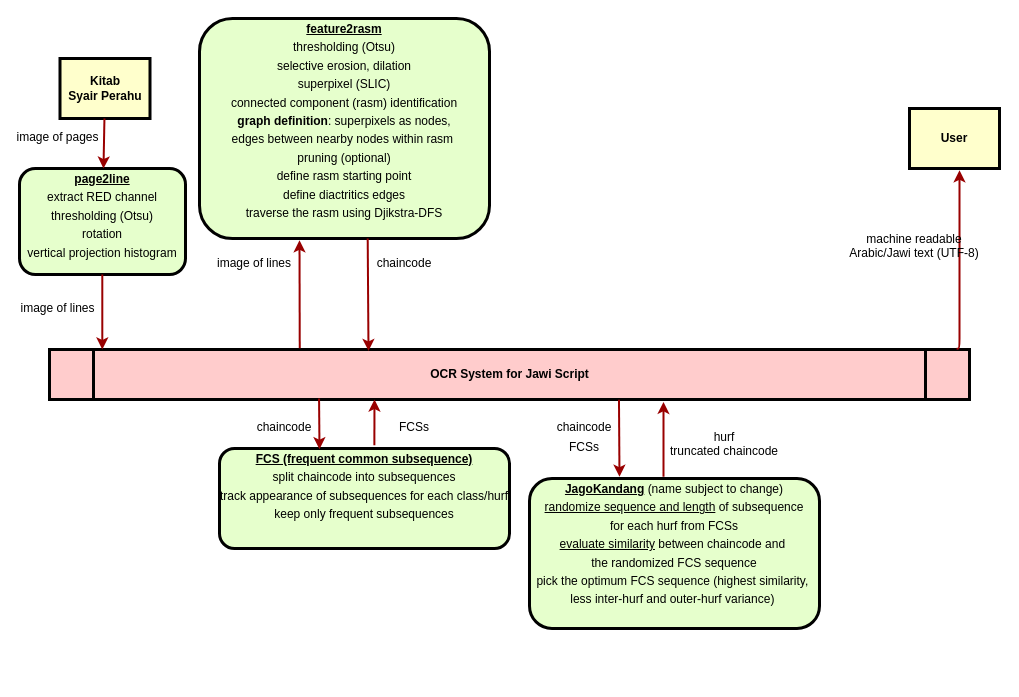
Before: page "MC-FCS" (1 of 2) of dfd.drawio in jendralhxr/cursive-scribe, a draw.io diagram. Source tidied: cells renumbered, new cells numbered last; positions are measured from the earlier drawing's top-left corner, leaving out a move shared by most shapes. Both pictures are drawn from the tidied source at 100%, with x=0, y=0 at pixel (19, 18).
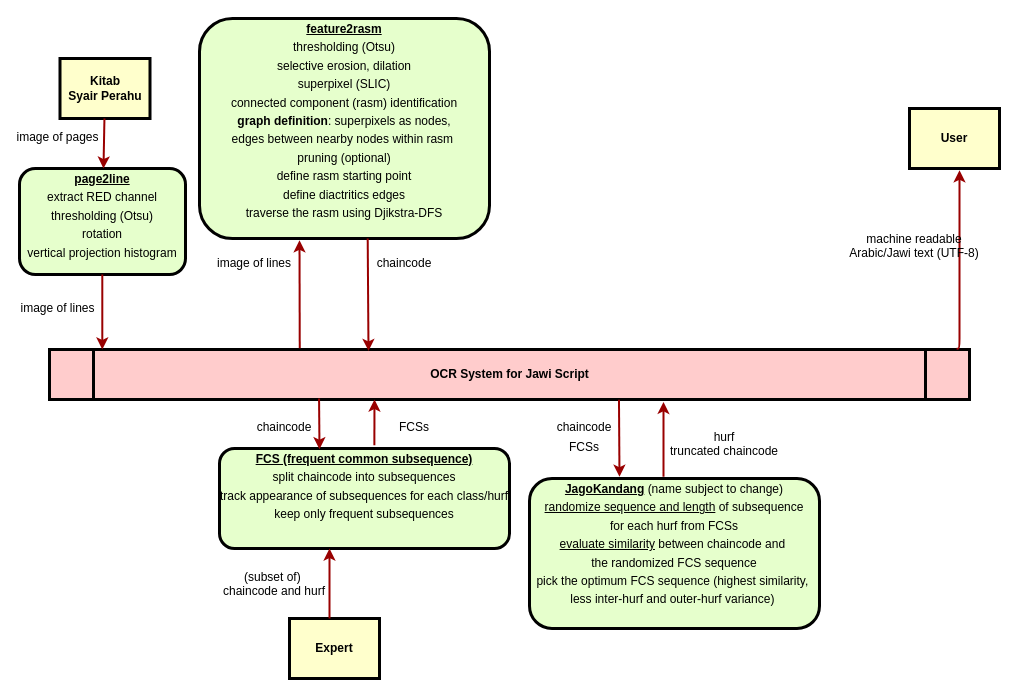
The same page after the edit.

Commit message:
FCS source

Unchanged cells that the change refers to:
```xml
<mxCell id="17" value="&lt;p style=&quot;margin: 0px; margin-top: 4px; text-align: center; text-decoration: underline;&quot;&gt;FCS (frequent common subsequence)&lt;/p&gt;&lt;p style=&quot;margin: 4px 0px 0px; text-align: center;&quot;&gt;&lt;span style=&quot;font-weight: 400;&quot;&gt;split chaincode into subsequences&lt;/span&gt;&lt;/p&gt;&lt;p style=&quot;margin: 4px 0px 0px; text-align: center;&quot;&gt;&lt;span style=&quot;font-weight: 400;&quot;&gt;track appearance of subsequences for each class/hurf&lt;/span&gt;&lt;/p&gt;&lt;p style=&quot;margin: 4px 0px 0px; text-align: center;&quot;&gt;&lt;span style=&quot;font-weight: 400;&quot;&gt;keep only frequent subsequences&lt;/span&gt;&lt;/p&gt;" style="verticalAlign=middle;align=center;overflow=fill;fontSize=12;fontFamily=Helvetica;html=1;rounded=1;fontStyle=1;strokeWidth=3;fillColor=#E6FFCC;" parent="1" vertex="1">
  <mxGeometry x="200" y="430" width="290" height="100" as="geometry" />
</mxCell>
```

What changed in the source:
```diff
@@
+    <mxCell id="28" value="Expert" style="whiteSpace=wrap;align=center;verticalAlign=middle;fontStyle=1;strokeWidth=3;fillColor=#FFFFCC;" parent="1" vertex="1">
+      <mxGeometry x="270" y="600" width="90" height="60" as="geometry" />
+    </mxCell>
+    <mxCell id="29" style="edgeStyle=elbowEdgeStyle;elbow=horizontal;strokeColor=#990000;strokeWidth=2;" parent="1" edge="1" target="17">
+      <mxGeometry relative="1" as="geometry">
+        <mxPoint x="310" y="600" as="sourcePoint" />
+        <Array as="points">
+          <mxPoint x="310" y="560" />
+          <mxPoint x="340" y="600" />
+        </Array>
+      </mxGeometry>
+    </mxCell>
+    <mxCell id="30" value="(subset of) &#10;chaincode and hurf" style="text;spacingTop=-5;align=center;" parent="1" vertex="1">
+      <mxGeometry x="240" y="550" width="30" height="20" as="geometry" />
+    </mxCell>
```
